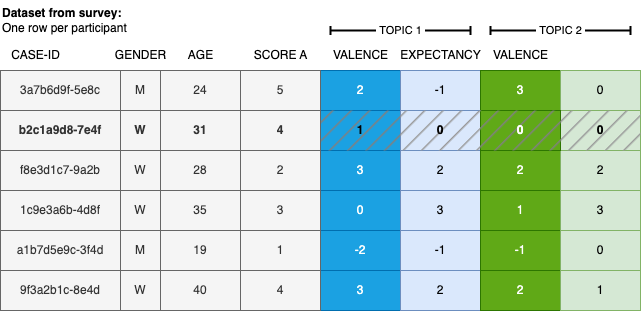
Before: figures/surveydata.png, a diagram exported from draw.io (braunerphilipp/MappingAcceptance). Source tidied: cells renumbered, new cells last; positions are measured from the earlier drawing's top-left corner, leaving out a move shared by most shapes.
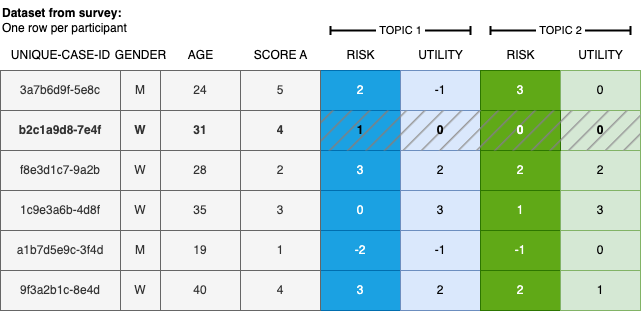
The same diagram one commit later.

The edit, as a diff of the source:
```diff
@@ -23,8 +23,8 @@
     <mxCell id="8" value="9f3a2b1c-8e4d" style="whiteSpace=wrap;html=1;align=center;fillColor=#f5f5f5;fontColor=#333333;strokeColor=#666666;" parent="1" vertex="1">
       <mxGeometry y="270" width="120" height="40" as="geometry" />
     </mxCell>
-    <mxCell id="9" value="CASE-ID" style="text;html=1;align=center;verticalAlign=middle;strokeColor=none;fillColor=none;" parent="1" vertex="1">
-      <mxGeometry y="40" width="70" height="30" as="geometry" />
+    <mxCell id="9" value="UNIQUE-CASE-ID" style="text;html=1;align=center;verticalAlign=middle;strokeColor=none;fillColor=none;" parent="1" vertex="1">
+      <mxGeometry y="40" width="120" height="30" as="geometry" />
     </mxCell>
     <mxCell id="10" value="M" style="whiteSpace=wrap;html=1;align=center;fillColor=#f5f5f5;fontColor=#333333;strokeColor=#666666;" parent="1" vertex="1">
       <mxGeometry x="120" y="70" width="40" height="40" as="geometry" />
@@ -119,8 +119,8 @@
     <mxCell id="40" value="2" style="whiteSpace=wrap;html=1;align=center;fillColor=#60a917;strokeColor=#2D7600;fontColor=#ffffff;" parent="1" vertex="1">
       <mxGeometry x="480" y="270" width="80" height="40" as="geometry" />
     </mxCell>
-    <mxCell id="41" value="VALENCE" style="text;html=1;align=center;verticalAlign=middle;strokeColor=none;fillColor=none;" parent="1" vertex="1">
-      <mxGeometry x="320" y="40" width="80" height="30" as="geometry" />
+    <mxCell id="41" value="RISK" style="text;html=1;align=center;verticalAlign=middle;strokeColor=none;fillColor=none;" parent="1" vertex="1">
+      <mxGeometry x="335" y="40" width="50" height="30" as="geometry" />
     </mxCell>
     <mxCell id="42" value="&amp;nbsp;TOPIC 1&amp;nbsp;" style="endArrow=baseDash;html=1;rounded=0;strokeColor=default;startArrow=baseDash;startFill=0;endFill=0;strokeWidth=2;" parent="1" edge="1">
       <mxGeometry relative="1" as="geometry">
@@ -170,29 +170,32 @@
     <mxCell id="55" value="4" style="whiteSpace=wrap;html=1;align=center;fillColor=#f5f5f5;fontColor=#333333;strokeColor=#666666;" parent="1" vertex="1">
       <mxGeometry x="240" y="270" width="80" height="40" as="geometry" />
     </mxCell>
-    <mxCell id="56" value="VALENCE" style="text;html=1;align=center;verticalAlign=middle;strokeColor=none;fillColor=none;" parent="1" vertex="1">
-      <mxGeometry x="480" y="40" width="80" height="30" as="geometry" />
+    <mxCell id="56" value="RISK" style="text;html=1;align=center;verticalAlign=middle;strokeColor=none;fillColor=none;" parent="1" vertex="1">
+      <mxGeometry x="495" y="40" width="50" height="30" as="geometry" />
     </mxCell>
-    <mxCell id="57" value="SCORE A" style="text;html=1;align=center;verticalAlign=middle;strokeColor=none;fillColor=none;" parent="1" vertex="1">
-      <mxGeometry x="240" y="40" width="80" height="30" as="geometry" />
+    <mxCell id="57" value="UTILITY" style="text;html=1;align=center;verticalAlign=middle;strokeColor=none;fillColor=none;" parent="1" vertex="1">
+      <mxGeometry x="565" y="40" width="70" height="30" as="geometry" />
     </mxCell>
-    <mxCell id="58" value="Dataset from survey:&lt;br&gt;&lt;span style=&quot;font-weight: normal;&quot;&gt;One row per participant&lt;/span&gt;" style="text;html=1;align=left;verticalAlign=middle;strokeColor=none;fillColor=none;fontStyle=1;" parent="1" vertex="1">
-      <mxGeometry width="150" height="40" as="geometry" />
+    <mxCell id="58" value="SCORE A" style="text;html=1;align=center;verticalAlign=middle;strokeColor=none;fillColor=none;" parent="1" vertex="1">
+      <mxGeometry x="240" y="40" width="80" height="30" as="geometry" />
     </mxCell>
-    <mxCell id="59" style="whiteSpace=wrap;html=1;align=center;fillColor=#60a917;strokeColor=#2D7600;fontColor=#ffffff;" parent="1" vertex="1">
-      <mxGeometry x="480" y="110" width="80" height="40" as="geometry" />
+    <mxCell id="59" value="Dataset from survey:&lt;br&gt;&lt;span style=&quot;font-weight: normal;&quot;&gt;One row per participant&lt;/span&gt;" style="text;html=1;align=left;verticalAlign=middle;strokeColor=none;fillColor=none;fontStyle=1;" parent="1" vertex="1">
+      <mxGeometry width="150" height="40" as="geometry" />
     </mxCell>
-    <mxCell id="60" value="0" style="whiteSpace=wrap;html=1;align=center;fillColor=#808080;fontColor=#ffffff;strokeColor=none;fillStyle=hatch;strokeWidth=2;fontStyle=1;" parent="1" vertex="1">
+    <mxCell id="60" style="whiteSpace=wrap;html=1;align=center;fillColor=#60a917;strokeColor=#2D7600;fontColor=#ffffff;" parent="1" vertex="1">
       <mxGeometry x="480" y="110" width="80" height="40" as="geometry" />
     </mxCell>
-    <mxCell id="61" value="EXPECTANCY" style="text;html=1;align=center;verticalAlign=middle;strokeColor=none;fillColor=none;" parent="1" vertex="1">
-      <mxGeometry x="390" y="40" width="100" height="30" as="geometry" />
+    <mxCell id="61" value="0" style="whiteSpace=wrap;html=1;align=center;fillColor=#808080;fontColor=#ffffff;strokeColor=none;fillStyle=hatch;strokeWidth=2;fontStyle=1;" parent="1" vertex="1">
+      <mxGeometry x="480" y="110" width="80" height="40" as="geometry" />
     </mxCell>
-    <mxCell id="62" value="0" style="whiteSpace=wrap;html=1;align=center;backgroundOutline=0;comic=0;shadow=0;fillColor=#999999;fillStyle=hatch;gradientColor=none;strokeWidth=2;strokeColor=none;fontStyle=1;" parent="1" vertex="1">
-      <mxGeometry x="560" y="110" width="80" height="40" as="geometry" />
+    <mxCell id="62" value="UTILITY" style="text;html=1;align=center;verticalAlign=middle;strokeColor=none;fillColor=none;" parent="1" vertex="1">
+      <mxGeometry x="405" y="40" width="70" height="30" as="geometry" />
     </mxCell>
     <mxCell id="63" value="0" style="whiteSpace=wrap;html=1;align=center;backgroundOutline=0;comic=0;shadow=0;fillColor=#999999;fillStyle=hatch;gradientColor=none;strokeWidth=2;strokeColor=none;fontStyle=1;" parent="1" vertex="1">
-      <mxGeometry x="400" y="110" width="80" height="40" as="geometry" />
+      <mxGeometry x="560" y="110" width="80" height="40" as="geometry" />
     </mxCell>
+    <mxCell id="64" value="0" style="whiteSpace=wrap;html=1;align=center;backgroundOutline=0;comic=0;shadow=0;fillColor=#999999;fillStyle=hatch;gradientColor=none;strokeWidth=2;strokeColor=none;fontStyle=1;" parent="1" vertex="1">
+      <mxGeometry x="400" y="110" width="80" height="40" as="geometry" />
+    </mxCell>
   </root>
 </mxGraphModel>
```
